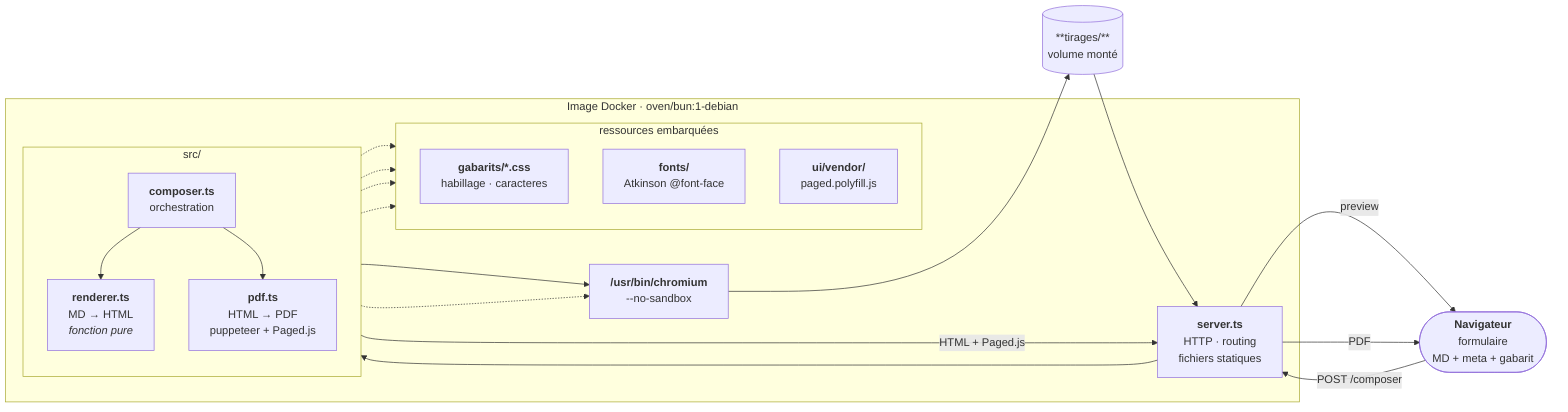
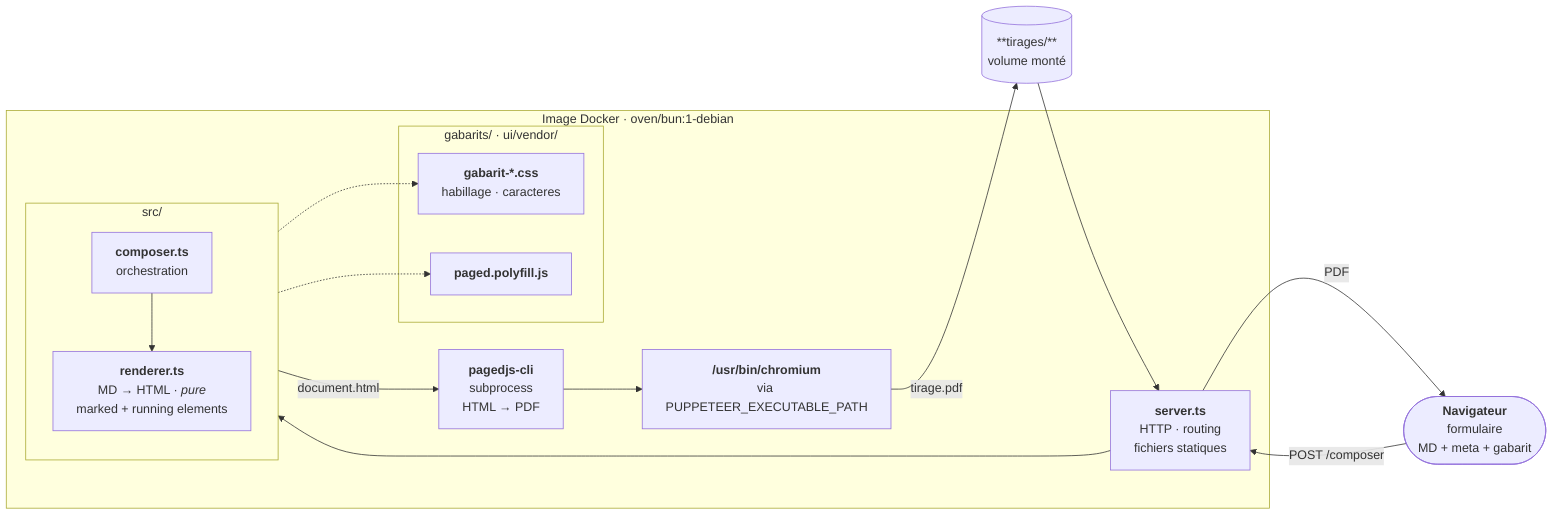
flowchart LR
    USER(["`**Navigateur**
    formulaire
    MD + meta + gabarit`"])

    subgraph DOCKER["Image Docker · oven/bun:1-debian"]

        SRV["`**server.ts**
        HTTP · routing
        fichiers statiques`"]

        subgraph SRC["src/"]
            direction TB
+             R["`**renderer.ts**
+             MD → HTML · *pure*
+             marked + running elements`"]
            C["`**composer.ts**
            orchestration`"]
-             R["`**renderer.ts**
-             MD → HTML
-             *fonction pure*`"]
-             P["`**pdf.ts**
-             HTML → PDF
-             puppeteer + Paged.js`"]
            C --> R
-             C --> P
        end

-         subgraph ASSETS["ressources embarquées"]
-             direction TB
-             CSS["`**gabarits/*.css**
-             habillage · caracteres`"]
-             FONTS["`**fonts/**
-             Atkinson @font-face`"]
-             POLYFILL["`**ui/vendor/**
-             paged.polyfill.js`"]
-         end
+         PAGEDJS["`**pagedjs-cli**
+         subprocess
+         HTML → PDF`"]

        CHROM["`**/usr/bin/chromium**
-         --no-sandbox`"]
+         via PUPPETEER_EXECUTABLE_PATH`"]
+ 
+         subgraph ASSETS["gabarits/ · ui/vendor/"]
+             CSS["`**gabarit-*.css**
+             habillage · caracteres`"]
+             POLYFILL["`**paged.polyfill.js**`"]
+         end

    end

    TIRAGES[("**tirages/**
    volume monté")]

-     USER       -->|"POST /composer"| SRV
-     SRV        -->                   C
-     R          -->|"HTML + Paged.js"| SRV
-     SRV        -->|"preview"| USER
-     P          -->              CHROM
-     CHROM      -->              TIRAGES
-     TIRAGES    -->              SRV
-     SRV        -->|"PDF"| USER
+     USER      -->|"POST /composer"| SRV
+     SRV       --> C
+     C         -->|"document.html"| PAGEDJS
+     PAGEDJS   --> CHROM
+     CHROM     -->|"tirage.pdf"| TIRAGES
+     TIRAGES   --> SRV
+     SRV       -->|"PDF"| USER

-     R          -.->  CSS
-     R          -.->  FONTS
-     R          -.->  POLYFILL
-     P          -.->  POLYFILL
-     P          -.->  CHROM
+     R         -.-> CSS & POLYFILL
